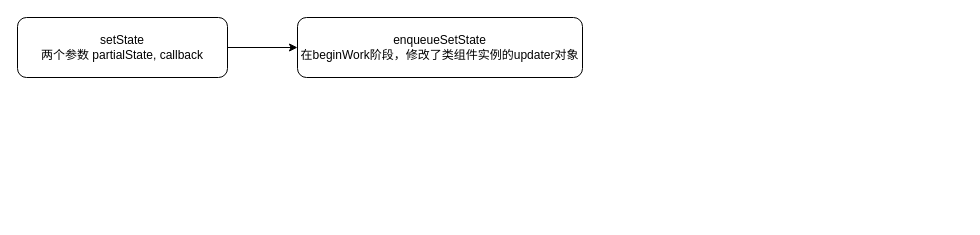
This is AboutInterview/react-setState/ReactDom.SetState.drawio from linround/gitBook, a draw.io file, before an edit. Source tidied: cells renumbered, new cells numbered last; positions are measured from the earlier drawing's top-left corner, leaving out a move shared by most shapes. Both pictures are drawn from the tidied source at 100%, with x=0, y=0 at pixel (17, 17).
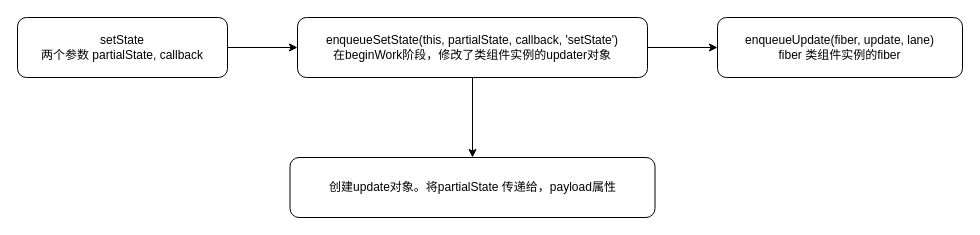
After the change.

Diff of the diagram source:
```diff
@@
 <mxGraphModel>
   <root>
     <mxCell id="0" />
     <mxCell id="1" parent="0" />
     <mxCell id="2" style="edgeStyle=orthogonalEdgeStyle;rounded=0;jettySize=auto;html=1;" parent="1" edge="1" source="3" target="4">
       <mxGeometry relative="1" as="geometry" />
     </mxCell>
     <mxCell id="3" value="setState&lt;br&gt;两个参数&amp;nbsp;partialState, callback" style="rounded=1;whiteSpace=wrap;html=1;" parent="1" vertex="1">
       <mxGeometry width="210" height="60" as="geometry" />
     </mxCell>
+    <mxCell id="5" style="edgeStyle=orthogonalEdgeStyle;rounded=0;jettySize=auto;html=1;" parent="1" edge="1" source="4" target="7">
+      <mxGeometry relative="1" as="geometry" />
+    </mxCell>
+    <mxCell id="6" style="edgeStyle=orthogonalEdgeStyle;rounded=0;jettySize=auto;html=1;" parent="1" edge="1" source="4" target="8">
+      <mxGeometry relative="1" as="geometry" />
+    </mxCell>
-    <mxCell id="4" value="enqueueSetState&lt;br&gt;在beginWork阶段，修改了类组件实例的updater对象" style="whiteSpace=wrap;html=1;rounded=1;" parent="1" vertex="1">
-      <mxGeometry x="280" width="285" height="60" as="geometry" />
+    <mxCell id="4" value="enqueueSetState(this, partialState, callback, 'setState')&lt;br&gt;在beginWork阶段，修改了类组件实例的updater对象" style="whiteSpace=wrap;html=1;rounded=1;" parent="1" vertex="1">
+      <mxGeometry x="280" width="350" height="60" as="geometry" />
     </mxCell>
+    <mxCell id="7" value="创建update对象。将partialState 传递给，payload属性" style="whiteSpace=wrap;html=1;rounded=1;" parent="1" vertex="1">
+      <mxGeometry x="272.5" y="140" width="365" height="60" as="geometry" />
+    </mxCell>
+    <mxCell id="8" value="enqueueUpdate(fiber, update, lane)&lt;br&gt;fiber 类组件实例的fiber" style="whiteSpace=wrap;html=1;rounded=1;" parent="1" vertex="1">
+      <mxGeometry x="700" width="245" height="60" as="geometry" />
+    </mxCell>
   </root>
 </mxGraphModel>
```
